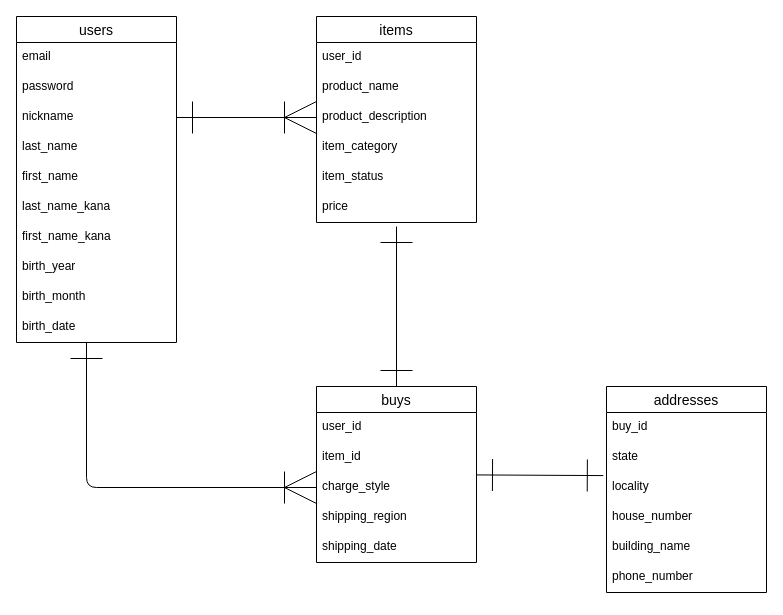
Above: er-view.dio in yukimaru93/furima-40593 (draw.io), before the change. Source tidied: cells renumbered, new cells numbered last; positions are measured from the earlier drawing's top-left corner, leaving out a move shared by most shapes. Both pictures are drawn from the tidied source at 100%, with x=0, y=0 at pixel (16, 16).
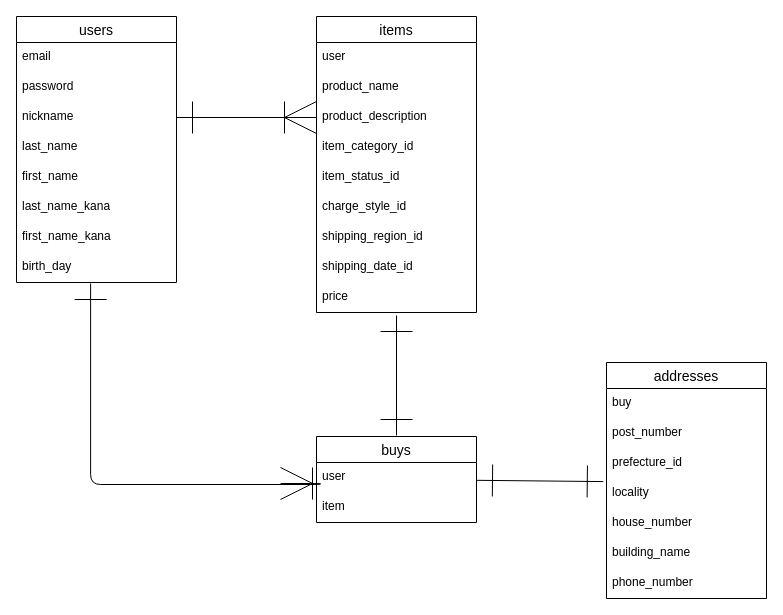
After the change.

Commit message (it also covers changes not shown here):
#3 データベース設計　修正１

Diff of the diagram source:
```diff
@@
     <mxCell id="3" value="users" style="swimlane;fontStyle=0;horizontal=1;startSize=26;align=center;fontSize=14;" parent="1" vertex="1">
-      <mxGeometry width="160" height="326" as="geometry" />
+      <mxGeometry width="160" height="266" as="geometry" />
     </mxCell>
@@
-    <mxCell id="11" value="birth_year" style="text;strokeColor=none;fillColor=none;spacingLeft=4;spacingRight=4;overflow=hidden;fontSize=12;" parent="3" vertex="1">
+    <mxCell id="11" value="birth_day" style="text;strokeColor=none;fillColor=none;spacingLeft=4;spacingRight=4;overflow=hidden;fontSize=12;" parent="3" vertex="1">
       <mxGeometry y="236" width="160" height="30" as="geometry" />
     </mxCell>
-    <mxCell id="12" value="birth_month" style="text;strokeColor=none;fillColor=none;spacingLeft=4;spacingRight=4;overflow=hidden;fontSize=12;" parent="3" vertex="1">
-      <mxGeometry y="266" width="160" height="30" as="geometry" />
-    </mxCell>
-    <mxCell id="13" value="birth_date" style="text;strokeColor=none;fillColor=none;spacingLeft=4;spacingRight=4;overflow=hidden;points=[[0,0.5],[1,0.5]];portConstraint=eastwest;fontSize=12;" parent="3" vertex="1">
-      <mxGeometry y="296" width="160" height="30" as="geometry" />
-    </mxCell>
     <mxCell id="14" value="items" style="swimlane;fontStyle=0;horizontal=1;startSize=26;align=center;fontSize=14;" parent="1" vertex="1">
-      <mxGeometry x="300" width="160" height="206" as="geometry" />
+      <mxGeometry x="300" width="160" height="296" as="geometry" />
     </mxCell>
-    <mxCell id="15" value="user_id" style="text;strokeColor=none;fillColor=none;spacingLeft=4;spacingRight=4;overflow=hidden;fontSize=12;" parent="14" vertex="1">
+    <mxCell id="15" value="user" style="text;strokeColor=none;fillColor=none;spacingLeft=4;spacingRight=4;overflow=hidden;fontSize=12;" parent="14" vertex="1">
       <mxGeometry y="26" width="160" height="30" as="geometry" />
     </mxCell>
@@
-    <mxCell id="18" value="item_category" style="text;strokeColor=none;fillColor=none;spacingLeft=4;spacingRight=4;overflow=hidden;fontSize=12;" parent="14" vertex="1">
+    <mxCell id="18" value="item_category_id" style="text;strokeColor=none;fillColor=none;spacingLeft=4;spacingRight=4;overflow=hidden;fontSize=12;" parent="14" vertex="1">
       <mxGeometry y="116" width="160" height="30" as="geometry" />
     </mxCell>
-    <mxCell id="19" value="item_status" style="text;strokeColor=none;fillColor=none;spacingLeft=4;spacingRight=4;overflow=hidden;fontSize=12;" parent="14" vertex="1">
+    <mxCell id="19" value="item_status_id" style="text;strokeColor=none;fillColor=none;spacingLeft=4;spacingRight=4;overflow=hidden;fontSize=12;" parent="14" vertex="1">
       <mxGeometry y="146" width="160" height="30" as="geometry" />
     </mxCell>
+    <mxCell id="33" value="charge_style_id" style="text;strokeColor=none;fillColor=none;spacingLeft=4;spacingRight=4;overflow=hidden;points=[[0,0.5],[1,0.5]];portConstraint=eastwest;fontSize=12;" parent="14" vertex="1">
+      <mxGeometry y="176" width="160" height="30" as="geometry" />
+    </mxCell>
+    <mxCell id="34" value="shipping_region_id" style="text;strokeColor=none;fillColor=none;spacingLeft=4;spacingRight=4;overflow=hidden;fontSize=12;" parent="14" vertex="1">
+      <mxGeometry y="206" width="160" height="30" as="geometry" />
+    </mxCell>
+    <mxCell id="35" value="shipping_date_id" style="text;strokeColor=none;fillColor=none;spacingLeft=4;spacingRight=4;overflow=hidden;fontSize=12;" parent="14" vertex="1">
+      <mxGeometry y="236" width="160" height="30" as="geometry" />
+    </mxCell>
     <mxCell id="20" value="price" style="text;strokeColor=none;fillColor=none;spacingLeft=4;spacingRight=4;overflow=hidden;fontSize=12;" parent="14" vertex="1">
-      <mxGeometry y="176" width="160" height="30" as="geometry" />
+      <mxGeometry y="266" width="160" height="30" as="geometry" />
     </mxCell>
     <mxCell id="21" value="addresses" style="swimlane;fontStyle=0;horizontal=1;startSize=26;align=center;fontSize=14;" parent="1" vertex="1">
-      <mxGeometry x="590" y="370" width="160" height="206" as="geometry" />
+      <mxGeometry x="590" y="346" width="160" height="236" as="geometry" />
     </mxCell>
-    <mxCell id="22" value="buy_id" style="text;strokeColor=none;fillColor=none;spacingLeft=4;spacingRight=4;overflow=hidden;fontSize=12;" parent="21" vertex="1">
+    <mxCell id="22" value="buy" style="text;strokeColor=none;fillColor=none;spacingLeft=4;spacingRight=4;overflow=hidden;fontSize=12;" parent="21" vertex="1">
       <mxGeometry y="26" width="160" height="30" as="geometry" />
     </mxCell>
+    <mxCell id="37" value="post_number" style="text;strokeColor=none;fillColor=none;spacingLeft=4;spacingRight=4;overflow=hidden;fontSize=12;" parent="21" vertex="1">
+      <mxGeometry y="56" width="160" height="30" as="geometry" />
+    </mxCell>
-    <mxCell id="23" value="state" style="text;strokeColor=none;fillColor=none;spacingLeft=4;spacingRight=4;overflow=hidden;points=[[0,0.5],[1,0.5]];portConstraint=eastwest;fontSize=12;" parent="21" vertex="1">
-      <mxGeometry y="56" width="160" height="30" as="geometry" />
+    <mxCell id="23" value="prefecture_id" style="text;strokeColor=none;fillColor=none;spacingLeft=4;spacingRight=4;overflow=hidden;points=[[0,0.5],[1,0.5]];portConstraint=eastwest;fontSize=12;" parent="21" vertex="1">
+      <mxGeometry y="86" width="160" height="30" as="geometry" />
     </mxCell>
     <mxCell id="24" value="locality" style="text;strokeColor=none;fillColor=none;spacingLeft=4;spacingRight=4;overflow=hidden;fontSize=12;" parent="21" vertex="1">
-      <mxGeometry y="86" width="160" height="30" as="geometry" />
+      <mxGeometry y="116" width="160" height="30" as="geometry" />
     </mxCell>
     <mxCell id="25" value="house_number" style="text;strokeColor=none;fillColor=none;spacingLeft=4;spacingRight=4;overflow=hidden;fontSize=12;" parent="21" vertex="1">
-      <mxGeometry y="116" width="160" height="30" as="geometry" />
+      <mxGeometry y="146" width="160" height="30" as="geometry" />
     </mxCell>
     <mxCell id="26" value="building_name" style="text;strokeColor=none;fillColor=none;spacingLeft=4;spacingRight=4;overflow=hidden;fontSize=12;" parent="21" vertex="1">
-      <mxGeometry y="146" width="160" height="30" as="geometry" />
+      <mxGeometry y="176" width="160" height="30" as="geometry" />
     </mxCell>
     <mxCell id="27" value="phone_number" style="text;strokeColor=none;fillColor=none;spacingLeft=4;spacingRight=4;overflow=hidden;fontSize=12;" parent="21" vertex="1">
-      <mxGeometry y="176" width="160" height="30" as="geometry" />
+      <mxGeometry y="206" width="160" height="30" as="geometry" />
     </mxCell>
-    <mxCell id="28" style="edgeStyle=none;html=1;startArrow=ERone;startFill=0;endArrow=ERone;endFill=0;startSize=30;endSize=30;" parent="1" edge="1" source="30">
+    <mxCell id="28" style="edgeStyle=none;html=1;startArrow=ERone;startFill=0;endArrow=ERone;endFill=0;startSize=30;endSize=30;" parent="1" edge="1">
       <mxGeometry relative="1" as="geometry">
-        <mxPoint x="380" y="210" as="targetPoint" />
+        <mxPoint x="380" y="419" as="sourcePoint" />
+        <mxPoint x="380" y="299" as="targetPoint" />
       </mxGeometry>
     </mxCell>
@@
     <mxCell id="30" value="buys" style="swimlane;fontStyle=0;horizontal=1;startSize=26;align=center;fontSize=14;" parent="1" vertex="1">
-      <mxGeometry x="300" y="370" width="160" height="176" as="geometry" />
+      <mxGeometry x="300" y="420" width="160" height="86" as="geometry" />
     </mxCell>
-    <mxCell id="31" value="user_id" style="text;strokeColor=none;fillColor=none;spacingLeft=4;spacingRight=4;overflow=hidden;fontSize=12;" parent="30" vertex="1">
+    <mxCell id="31" value="user" style="text;strokeColor=none;fillColor=none;spacingLeft=4;spacingRight=4;overflow=hidden;fontSize=12;" parent="30" vertex="1">
       <mxGeometry y="26" width="160" height="30" as="geometry" />
     </mxCell>
-    <mxCell id="32" value="item_id" style="text;strokeColor=none;fillColor=none;spacingLeft=4;spacingRight=4;overflow=hidden;fontSize=12;" parent="30" vertex="1">
+    <mxCell id="32" value="item" style="text;strokeColor=none;fillColor=none;spacingLeft=4;spacingRight=4;overflow=hidden;fontSize=12;" parent="30" vertex="1">
       <mxGeometry y="56" width="160" height="30" as="geometry" />
     </mxCell>
-    <mxCell id="33" value="charge_style" style="text;strokeColor=none;fillColor=none;spacingLeft=4;spacingRight=4;overflow=hidden;points=[[0,0.5],[1,0.5]];portConstraint=eastwest;fontSize=12;" parent="30" vertex="1">
-      <mxGeometry y="86" width="160" height="30" as="geometry" />
-    </mxCell>
-    <mxCell id="34" value="shipping_region" style="text;strokeColor=none;fillColor=none;spacingLeft=4;spacingRight=4;overflow=hidden;fontSize=12;" parent="30" vertex="1">
-      <mxGeometry y="116" width="160" height="30" as="geometry" />
-    </mxCell>
-    <mxCell id="35" value="shipping_date" style="text;strokeColor=none;fillColor=none;spacingLeft=4;spacingRight=4;overflow=hidden;fontSize=12;" parent="30" vertex="1">
-      <mxGeometry y="146" width="160" height="30" as="geometry" />
-    </mxCell>
-    <mxCell id="36" style="edgeStyle=orthogonalEdgeStyle;html=1;endArrow=ERoneToMany;endFill=0;startSize=30;endSize=30;entryX=0;entryY=0.5;entryDx=0;entryDy=0;startArrow=ERone;startFill=0;" parent="1" edge="1" source="13" target="33">
+    <mxCell id="36" style="edgeStyle=orthogonalEdgeStyle;html=1;endArrow=ERoneToMany;endFill=0;startSize=30;endSize=30;startArrow=ERone;startFill=0;exitX=0.438;exitY=1.133;exitDx=0;exitDy=0;exitPerimeter=0;" parent="1" edge="1">
       <mxGeometry relative="1" as="geometry">
+        <mxPoint x="74.1" y="267" as="sourcePoint" />
+        <mxPoint x="264" y="467" as="targetPoint" />
         <Array as="points">
-          <mxPoint x="70" y="471" />
+          <mxPoint x="74" y="468" />
+          <mxPoint x="304" y="468" />
         </Array>
       </mxGeometry>
     </mxCell>
```
